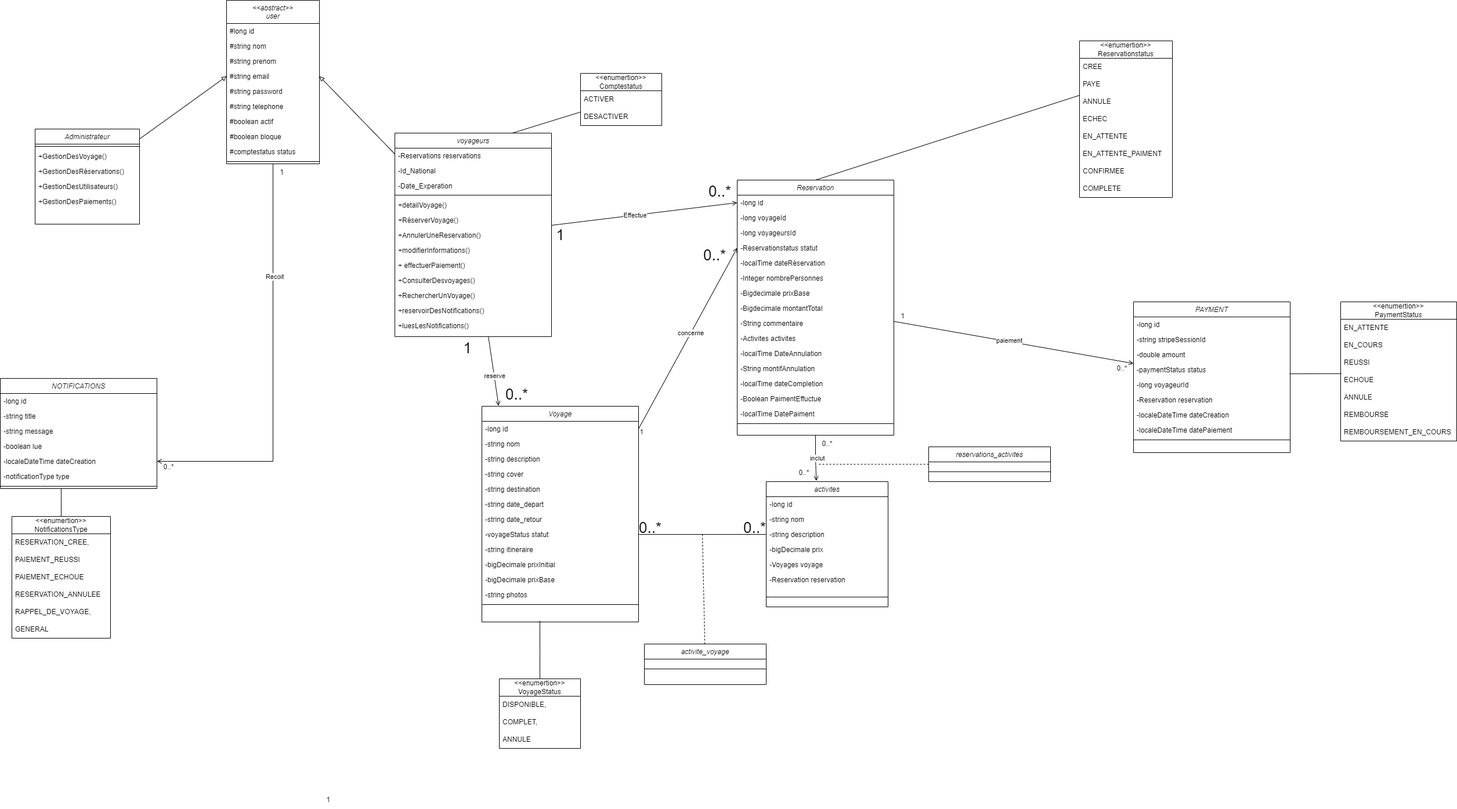
Before: UML/use casse.png, a diagram exported from draw.io (Hichamelhmaydi/ROKO-V2). Source tidied: cells renumbered, new cells last; positions are measured from the earlier drawing's top-left corner, leaving out a move shared by most shapes.
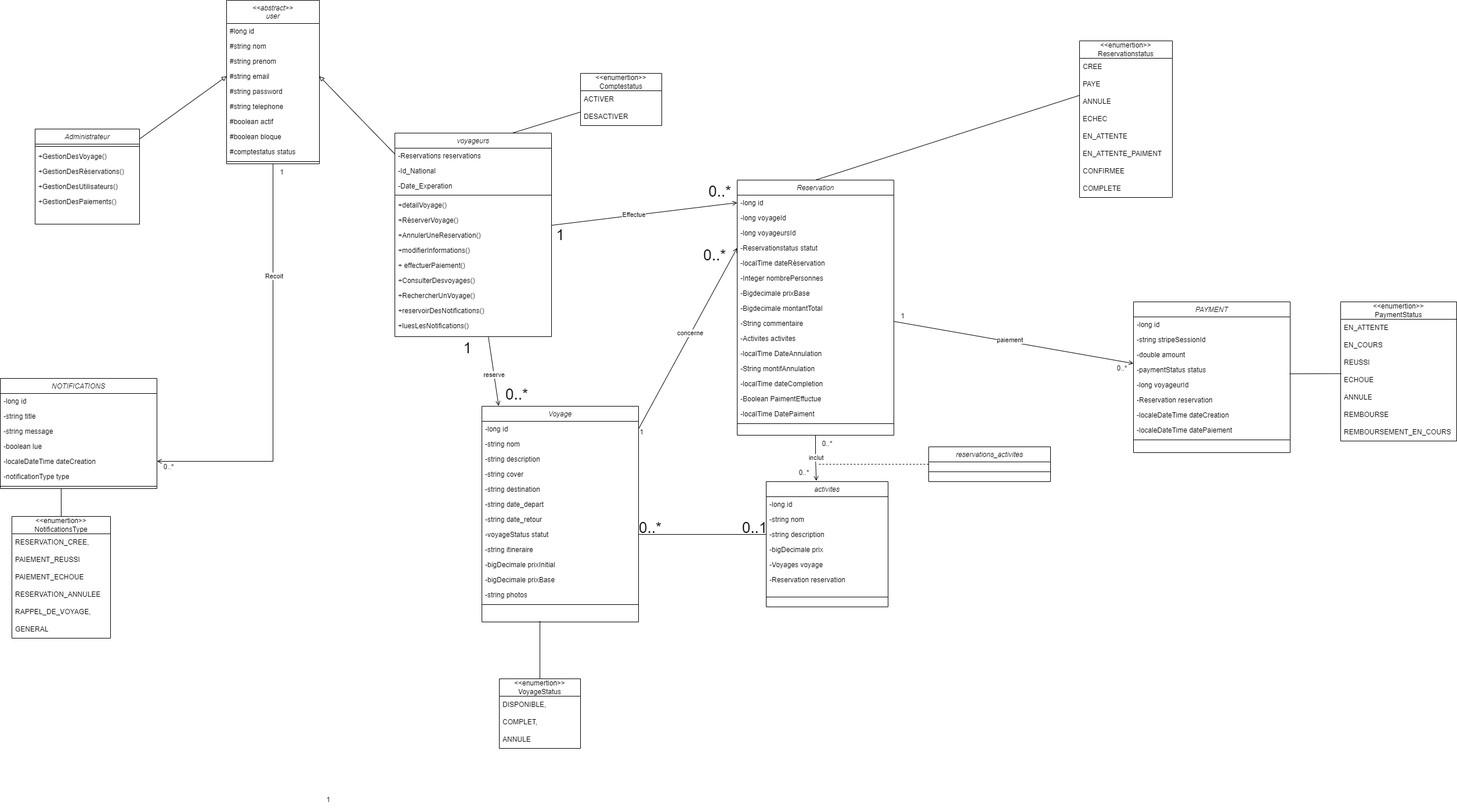
The same diagram one commit later.

Commit message:
Refactor code structure for improved readability and maintainability

What changed in the source:
```diff
@@ -275,20 +275,9 @@
     <mxCell id="92" value="&lt;font style=&quot;font-size: 26px;&quot;&gt;0..*&lt;/font&gt;" style="text;html=1;align=center;verticalAlign=middle;strokeColor=none;fillColor=none;" parent="1" vertex="1">
       <mxGeometry x="1090" y="890" width="60" height="40" as="geometry" />
     </mxCell>
-    <mxCell id="93" value="&lt;font style=&quot;font-size: 26px;&quot;&gt;0..*&lt;/font&gt;" style="text;html=1;align=center;verticalAlign=middle;strokeColor=none;fillColor=none;" parent="1" vertex="1">
-      <mxGeometry x="1270" y="890" width="60" height="40" as="geometry" />
+    <mxCell id="93" value="&lt;font style=&quot;font-size: 26px;&quot;&gt;0..1&lt;/font&gt;" style="text;html=1;align=center;verticalAlign=middle;strokeColor=none;fillColor=none;" parent="1" vertex="1">
+      <mxGeometry x="1265" y="890" width="70" height="40" as="geometry" />
     </mxCell>
-    <mxCell id="94" style="rounded=0;jettySize=auto;html=1;endArrow=none;startFill=0;dashed=1;" parent="1" edge="1" source="95">
-      <mxGeometry relative="1" as="geometry">
-        <mxPoint x="1210" y="920" as="targetPoint" />
-      </mxGeometry>
-    </mxCell>
-    <mxCell id="95" value="activite_voyage" style="swimlane;fontStyle=2;align=center;verticalAlign=top;horizontal=1;startSize=26;rounded=0;shadow=0;strokeWidth=1;" parent="1" vertex="1">
-      <mxGeometry x="1110" y="1110" width="210" height="70" as="geometry" />
-    </mxCell>
-    <mxCell id="96" style="line;html=1;strokeWidth=1;align=left;verticalAlign=middle;spacingTop=-1;spacingLeft=3;spacingRight=3;labelPosition=right;" parent="95" vertex="1">
-      <mxGeometry y="26" width="210" height="34" as="geometry" />
-    </mxCell>
     <mxCell id="97" style="rounded=0;jettySize=auto;html=1;entryX=0.75;entryY=0;entryDx=0;entryDy=0;endArrow=none;startFill=0;" parent="1" edge="1" source="98" target="27">
       <mxGeometry relative="1" as="geometry" />
     </mxCell>
```
